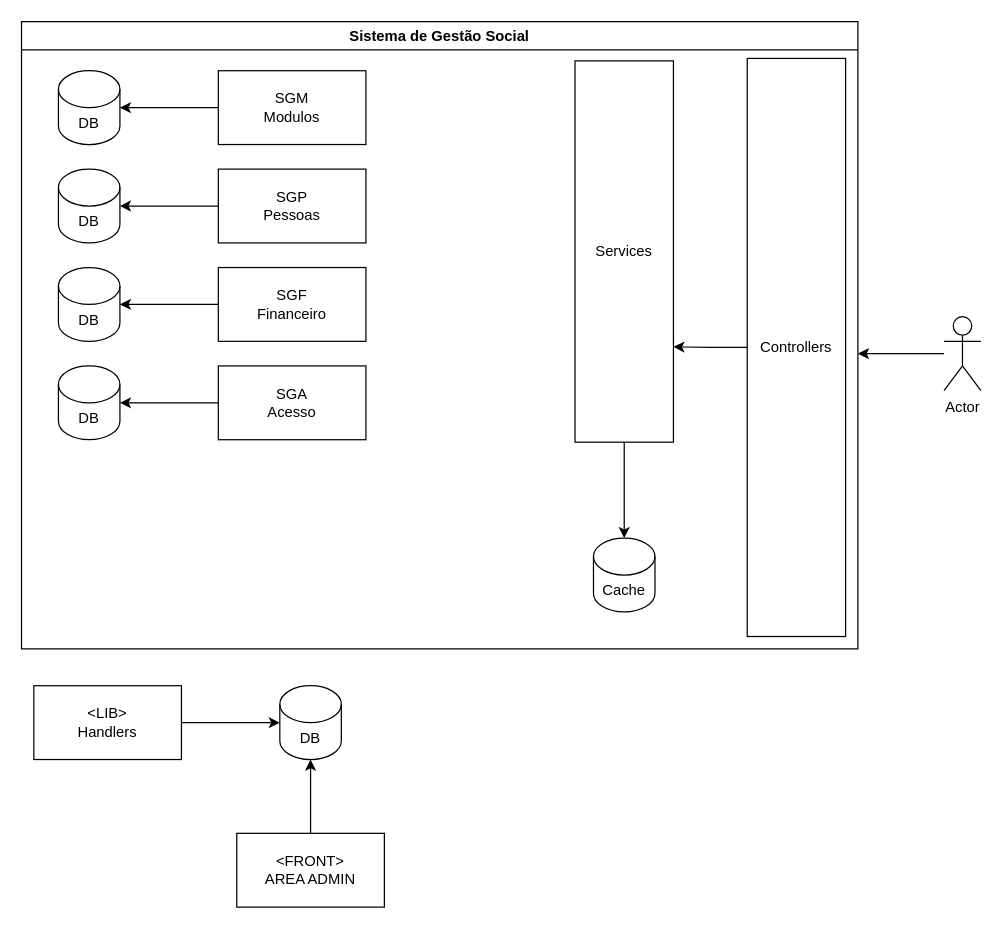
labmatilde/sistema_gestao_social keeps this draw.io diagram as monolito.drawio. Above is the earlier version. Source tidied: cells renumbered, new cells numbered last; positions are measured from the earlier drawing's top-left corner, leaving out a move shared by most shapes. Both pictures are drawn from the tidied source at 123%, with x=0, y=0 at pixel (21, 21).
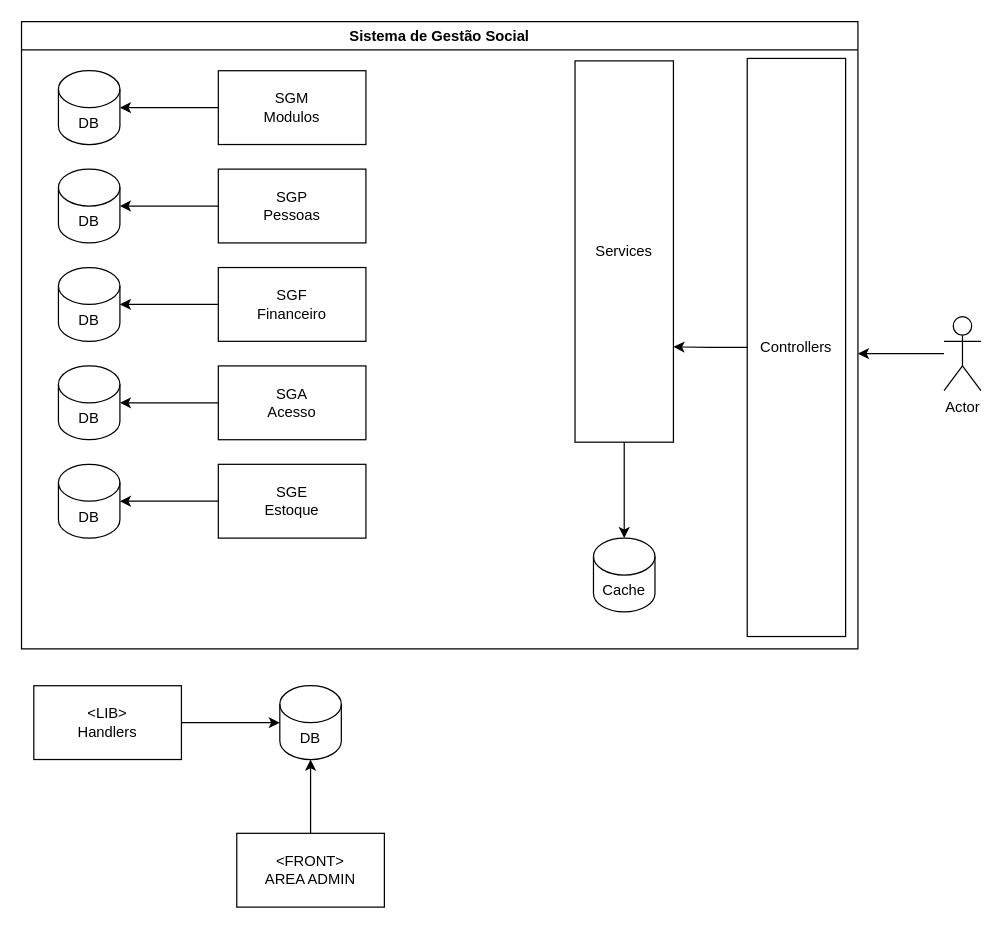
Above is the later version.

The change refers to these unchanged cells:
```xml
<mxCell id="2" value="Sistema de Gestão Social" style="swimlane;" parent="1" vertex="1">
  <mxGeometry width="680" height="510" as="geometry" />
</mxCell>
```

Diff of the diagram source:
```diff
@@
+    <mxCell id="27" value="DB" style="shape=cylinder3;whiteSpace=wrap;html=1;boundedLbl=1;backgroundOutline=1;size=15;" parent="2" vertex="1">
+      <mxGeometry x="30" y="360" width="50" height="60" as="geometry" />
+    </mxCell>
+    <mxCell id="28" style="edgeStyle=orthogonalEdgeStyle;rounded=0;jettySize=auto;html=1;entryX=1;entryY=0.5;entryDx=0;entryDy=0;entryPerimeter=0;" parent="2" edge="1" source="29" target="27">
+      <mxGeometry relative="1" as="geometry" />
+    </mxCell>
+    <mxCell id="29" value="SGE&lt;br&gt;Estoque" style="rounded=0;whiteSpace=wrap;html=1;" parent="2" vertex="1">
+      <mxGeometry x="160" y="360" width="120" height="60" as="geometry" />
+    </mxCell>
```
